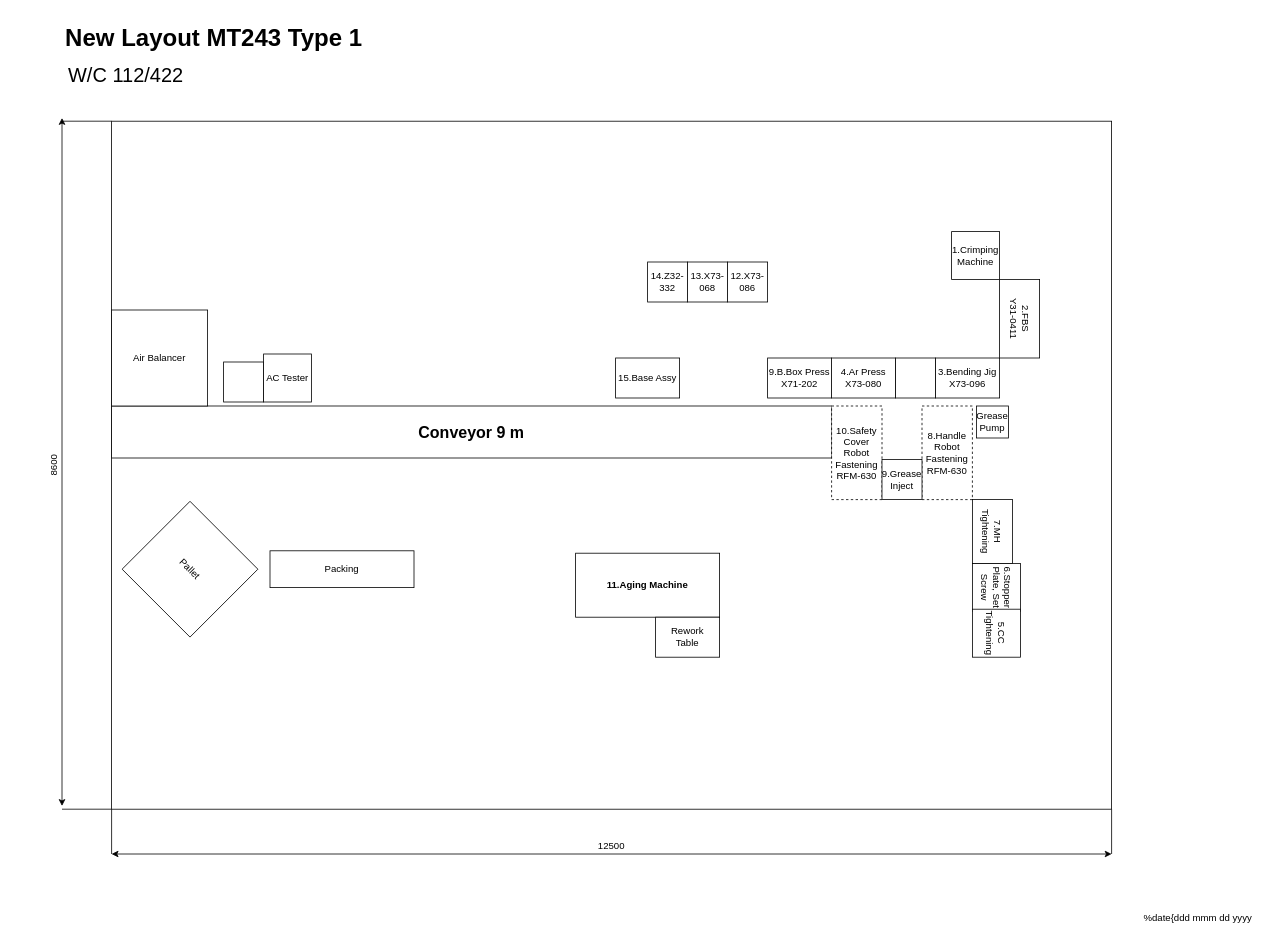
The draw.io diagram page "Type1" (5 of 8) of Layout MT243.drawio in mookeng49/Flowchart, before the edit. Source tidied: cells renumbered, new cells numbered last; positions are measured from the earlier drawing's top-left corner, leaving out a move shared by most shapes. Both pictures are drawn from the tidied source at 80%, with x=0, y=0 at pixel (14, 14).
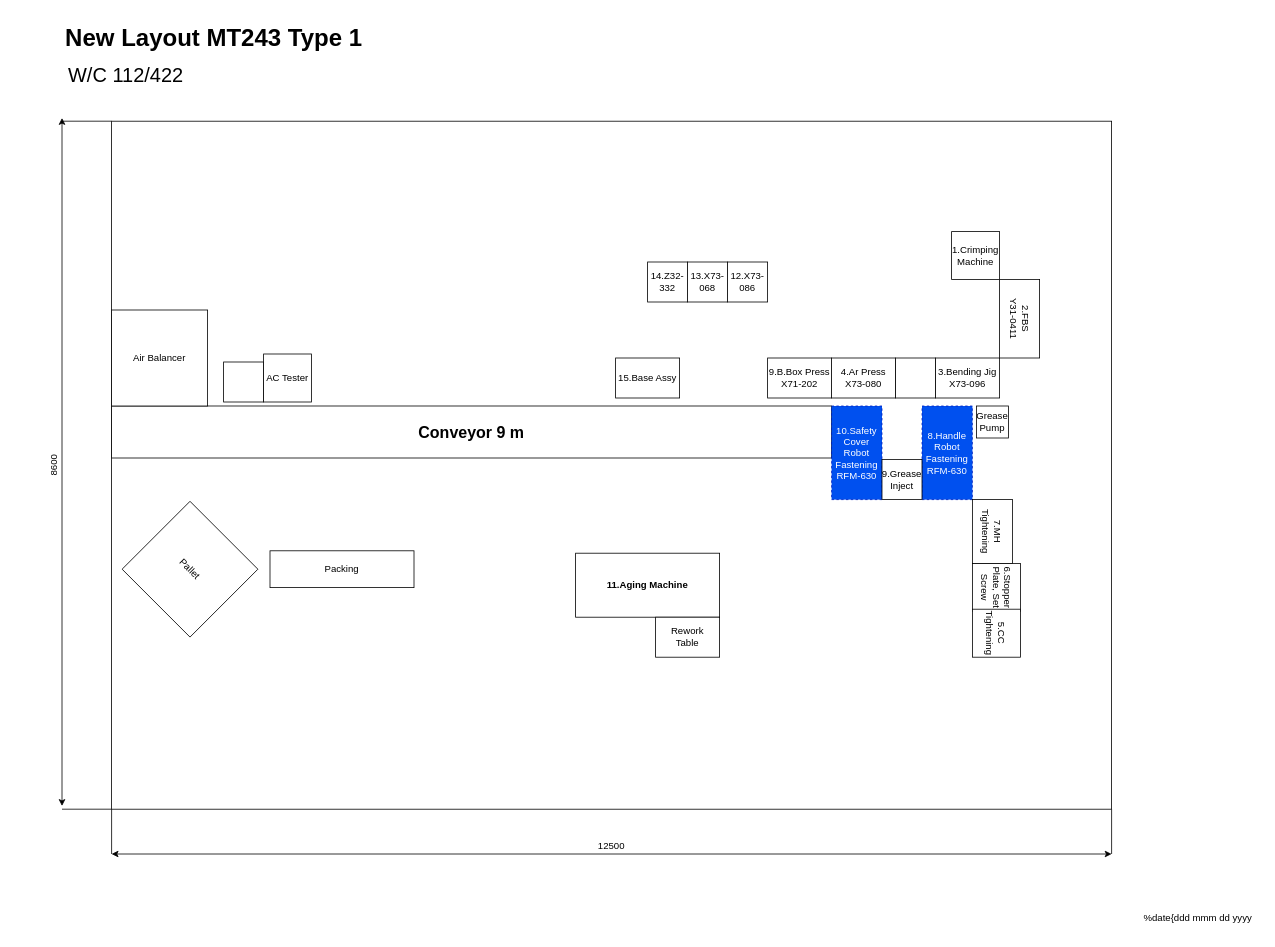
The same diagram, later.

Diff of the diagram source:
```diff
@@
-    <mxCell id="22" value="10.Safety Cover Robot Fastening&lt;br&gt;RFM-630" style="rounded=0;whiteSpace=wrap;html=1;dashed=1;" parent="1" vertex="1">
+    <mxCell id="22" value="10.Safety Cover Robot Fastening&lt;br&gt;RFM-630" style="rounded=0;whiteSpace=wrap;html=1;dashed=1;fillColor=#0050ef;strokeColor=#001DBC;fontColor=#ffffff;" parent="1" vertex="1">
       <mxGeometry x="1022" y="490" width="63" height="117" as="geometry" />
     </mxCell>
-    <mxCell id="23" value="8.Handle Robot Fastening&lt;br&gt;RFM-630" style="rounded=0;whiteSpace=wrap;html=1;dashed=1;" parent="1" vertex="1">
+    <mxCell id="23" value="8.Handle Robot Fastening&lt;br&gt;RFM-630" style="rounded=0;whiteSpace=wrap;html=1;dashed=1;fillColor=#0050ef;strokeColor=#001DBC;fontColor=#ffffff;" parent="1" vertex="1">
       <mxGeometry x="1135" y="490" width="63" height="117" as="geometry" />
     </mxCell>
```
